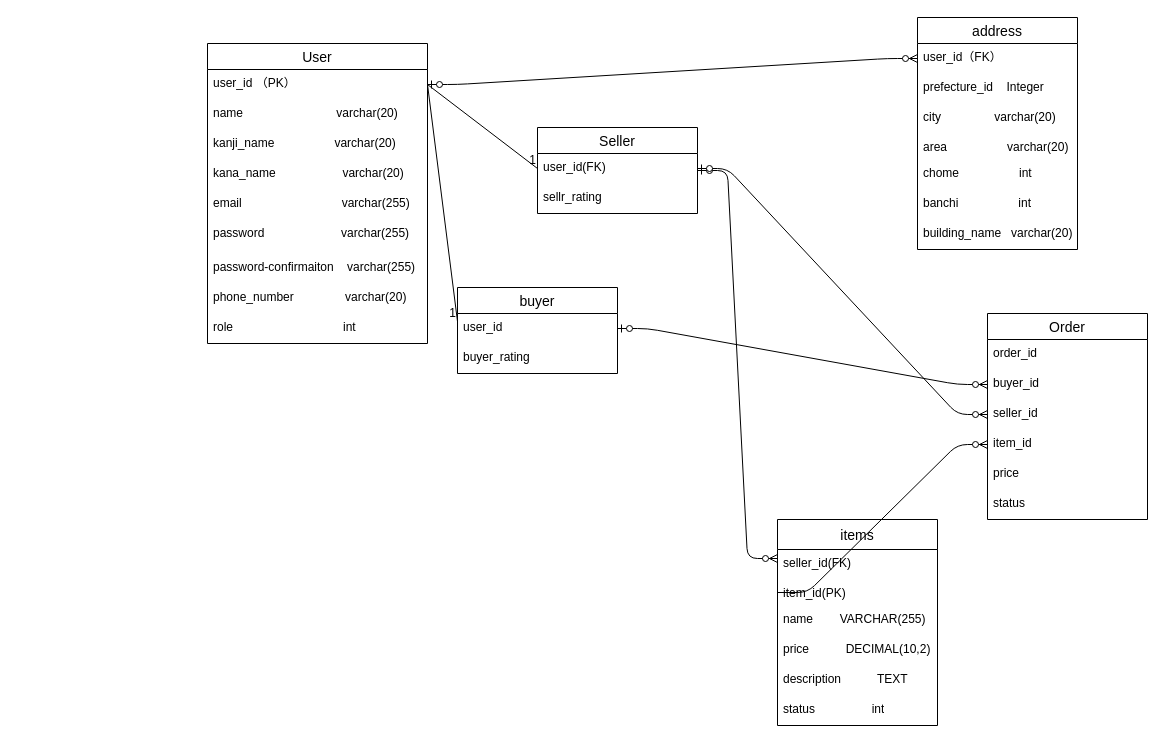
Earlier version of the draw.io diagram furima.dio (hirowood/furima-41960). Source tidied: cells renumbered, new cells numbered last; positions are measured from the earlier drawing's top-left corner, leaving out a move shared by most shapes. Both pictures are drawn from the tidied source at 100%, with x=0, y=0 at pixel (207, 17).
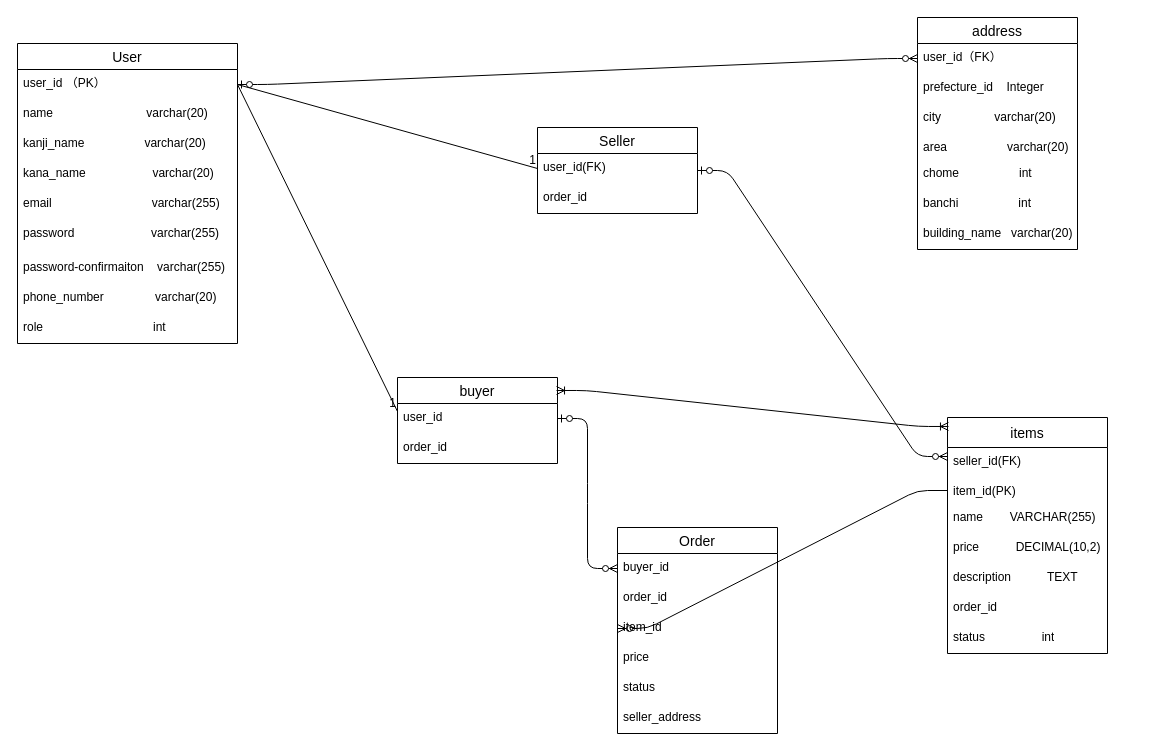
The same diagram, later.

Unchanged cells that the change refers to:
```xml
<mxCell id="36" value="Seller" style="swimlane;fontStyle=0;horizontal=1;startSize=26;align=center;fontSize=14;" parent="1" vertex="1">
  <mxGeometry x="330" y="110" width="160" height="86" as="geometry" />
</mxCell>
<mxCell id="37" value="user_id(FK)" style="text;strokeColor=none;fillColor=none;spacingLeft=4;spacingRight=4;overflow=hidden;points=[[0,0.5],[1,0.5]];portConstraint=eastwest;fontSize=12;whiteSpace=wrap;html=1;" parent="36" vertex="1">
  <mxGeometry y="26" width="160" height="30" as="geometry" />
</mxCell>
```

What changed in the source:
```diff
@@
-<mxGraphModel>
+<mxGraphModel background="#FFFFFF">
@@
+    <mxCell id="49" parent="0" />
@@
     <mxCell id="2" value="&#10;User&#10;" style="swimlane;fontStyle=0;horizontal=1;startSize=26;align=center;fontSize=14;" parent="1" vertex="1">
-      <mxGeometry y="26" width="220" height="300" as="geometry" />
+      <mxGeometry x="-190" y="26" width="220" height="300" as="geometry" />
     </mxCell>
@@
     <mxCell id="21" value="items" style="swimlane;fontStyle=0;horizontal=1;startSize=30;align=center;fontSize=14;" parent="1" vertex="1">
-      <mxGeometry x="570" y="502" width="160" height="206" as="geometry" />
+      <mxGeometry x="740" y="400" width="160" height="236" as="geometry" />
     </mxCell>
@@
+    <mxCell id="50" value="order_id" style="text;strokeColor=none;fillColor=none;spacingLeft=4;spacingRight=4;overflow=hidden;fontSize=12;whiteSpace=wrap;html=1;" parent="21" vertex="1">
+      <mxGeometry y="176" width="160" height="30" as="geometry" />
+    </mxCell>
     <mxCell id="27" value="status&amp;nbsp; &amp;nbsp; &amp;nbsp; &amp;nbsp; &amp;nbsp; &amp;nbsp; &amp;nbsp; &amp;nbsp; &amp;nbsp;int" style="text;strokeColor=none;fillColor=none;spacingLeft=4;spacingRight=4;overflow=hidden;fontSize=12;whiteSpace=wrap;html=1;" parent="21" vertex="1">
-      <mxGeometry y="176" width="160" height="30" as="geometry" />
+      <mxGeometry y="206" width="160" height="30" as="geometry" />
     </mxCell>
@@
-    <mxCell id="29" value="Order" style="swimlane;fontStyle=0;horizontal=1;startSize=26;align=center;fontSize=14;" parent="1" vertex="1">
-      <mxGeometry x="780" y="296" width="160" height="206" as="geometry" />
-    </mxCell>
-    <mxCell id="30" value="order_id" style="text;strokeColor=none;fillColor=none;spacingLeft=4;spacingRight=4;overflow=hidden;fontSize=12;whiteSpace=wrap;html=1;" parent="29" vertex="1">
-      <mxGeometry y="26" width="160" height="30" as="geometry" />
-    </mxCell>
-    <mxCell id="31" value="buyer_id" style="text;strokeColor=none;fillColor=none;spacingLeft=4;spacingRight=4;overflow=hidden;points=[[0,0.5],[1,0.5]];portConstraint=eastwest;fontSize=12;whiteSpace=wrap;html=1;" parent="29" vertex="1">
-      <mxGeometry y="56" width="160" height="30" as="geometry" />
-    </mxCell>
-    <mxCell id="32" value="seller_id" style="text;strokeColor=none;fillColor=none;spacingLeft=4;spacingRight=4;overflow=hidden;points=[[0,0.5],[1,0.5]];portConstraint=eastwest;fontSize=12;whiteSpace=wrap;html=1;" parent="29" vertex="1">
-      <mxGeometry y="86" width="160" height="30" as="geometry" />
-    </mxCell>
-    <mxCell id="33" value="item_id" style="text;strokeColor=none;fillColor=none;spacingLeft=4;spacingRight=4;overflow=hidden;points=[[0,0.5],[1,0.5]];portConstraint=eastwest;fontSize=12;whiteSpace=wrap;html=1;" parent="29" vertex="1">
-      <mxGeometry y="116" width="160" height="30" as="geometry" />
-    </mxCell>
-    <mxCell id="34" value="price" style="text;strokeColor=none;fillColor=none;spacingLeft=4;spacingRight=4;overflow=hidden;fontSize=12;whiteSpace=wrap;html=1;" parent="29" vertex="1">
-      <mxGeometry y="146" width="160" height="30" as="geometry" />
-    </mxCell>
-    <mxCell id="35" value="status" style="text;strokeColor=none;fillColor=none;spacingLeft=4;spacingRight=4;overflow=hidden;fontSize=12;whiteSpace=wrap;html=1;" parent="29" vertex="1">
-      <mxGeometry y="176" width="160" height="30" as="geometry" />
-    </mxCell>
@@
-    <mxCell id="38" value="sellr_rating&amp;nbsp; &amp;nbsp; &amp;nbsp;" style="text;strokeColor=none;fillColor=none;spacingLeft=4;spacingRight=4;overflow=hidden;fontSize=12;whiteSpace=wrap;html=1;" parent="36" vertex="1">
-      <mxGeometry y="56" width="160" height="30" as="geometry" />
-    </mxCell>
+    <mxCell id="51" value="order_id" style="text;strokeColor=none;fillColor=none;spacingLeft=4;spacingRight=4;overflow=hidden;fontSize=12;whiteSpace=wrap;html=1;" parent="36" vertex="1">
+      <mxGeometry y="56" width="160" height="30" as="geometry" />
+    </mxCell>
@@
     <mxCell id="41" value="buyer" style="swimlane;fontStyle=0;horizontal=1;startSize=26;align=center;fontSize=14;" parent="1" vertex="1">
-      <mxGeometry x="250" y="270" width="160" height="86" as="geometry" />
+      <mxGeometry x="190" y="360" width="160" height="86" as="geometry" />
     </mxCell>
@@
-    <mxCell id="43" value="buyer_rating" style="text;strokeColor=none;fillColor=none;spacingLeft=4;spacingRight=4;overflow=hidden;fontSize=12;whiteSpace=wrap;html=1;" parent="41" vertex="1">
-      <mxGeometry y="56" width="160" height="30" as="geometry" />
-    </mxCell>
+    <mxCell id="52" value="order_id" style="text;strokeColor=none;fillColor=none;spacingLeft=4;spacingRight=4;overflow=hidden;fontSize=12;whiteSpace=wrap;html=1;" parent="41" vertex="1">
+      <mxGeometry y="56" width="160" height="30" as="geometry" />
+    </mxCell>
@@
-    <mxCell id="47" style="edgeStyle=entityRelationEdgeStyle;fontSize=12;html=1;endArrow=ERzeroToMany;startArrow=ERzeroToOne;exitX=1;exitY=0.5;exitDx=0;exitDy=0;entryX=0;entryY=0.5;entryDx=0;entryDy=0;" parent="1" edge="1" source="37" target="32">
-      <mxGeometry relative="1" as="geometry" />
-    </mxCell>
@@
+    <mxCell id="29" value="Order" style="swimlane;fontStyle=0;horizontal=1;startSize=26;align=center;fontSize=14;" parent="1" vertex="1">
+      <mxGeometry x="410" y="510" width="160" height="206" as="geometry" />
+    </mxCell>
+    <mxCell id="31" value="buyer_id" style="text;strokeColor=none;fillColor=none;spacingLeft=4;spacingRight=4;overflow=hidden;points=[[0,0.5],[1,0.5]];portConstraint=eastwest;fontSize=12;whiteSpace=wrap;html=1;" parent="29" vertex="1">
+      <mxGeometry y="26" width="160" height="30" as="geometry" />
+    </mxCell>
+    <mxCell id="30" value="order_id" style="text;strokeColor=none;fillColor=none;spacingLeft=4;spacingRight=4;overflow=hidden;fontSize=12;whiteSpace=wrap;html=1;" parent="29" vertex="1">
+      <mxGeometry y="56" width="160" height="30" as="geometry" />
+    </mxCell>
+    <mxCell id="33" value="item_id" style="text;strokeColor=none;fillColor=none;spacingLeft=4;spacingRight=4;overflow=hidden;points=[[0,0.5],[1,0.5]];portConstraint=eastwest;fontSize=12;whiteSpace=wrap;html=1;" parent="29" vertex="1">
+      <mxGeometry y="86" width="160" height="30" as="geometry" />
+    </mxCell>
+    <mxCell id="34" value="price" style="text;strokeColor=none;fillColor=none;spacingLeft=4;spacingRight=4;overflow=hidden;fontSize=12;whiteSpace=wrap;html=1;" parent="29" vertex="1">
+      <mxGeometry y="116" width="160" height="30" as="geometry" />
+    </mxCell>
+    <mxCell id="35" value="status" style="text;strokeColor=none;fillColor=none;spacingLeft=4;spacingRight=4;overflow=hidden;fontSize=12;whiteSpace=wrap;html=1;" parent="29" vertex="1">
+      <mxGeometry y="146" width="160" height="30" as="geometry" />
+    </mxCell>
+    <mxCell id="53" value="seller_address" style="text;strokeColor=none;fillColor=none;spacingLeft=4;spacingRight=4;overflow=hidden;fontSize=12;whiteSpace=wrap;html=1;" parent="29" vertex="1">
+      <mxGeometry y="176" width="160" height="30" as="geometry" />
+    </mxCell>
+    <mxCell id="54" style="edgeStyle=entityRelationEdgeStyle;fontSize=12;html=1;endArrow=ERoneToMany;startArrow=ERoneToMany;entryX=0.006;entryY=0.038;entryDx=0;entryDy=0;entryPerimeter=0;exitX=0.994;exitY=0.151;exitDx=0;exitDy=0;exitPerimeter=0;" parent="1" edge="1" source="41" target="21">
+      <mxGeometry relative="1" as="geometry">
+        <Array as="points">
+          <mxPoint x="550" y="600" />
+          <mxPoint x="540" y="570" />
+        </Array>
+      </mxGeometry>
+    </mxCell>
```
